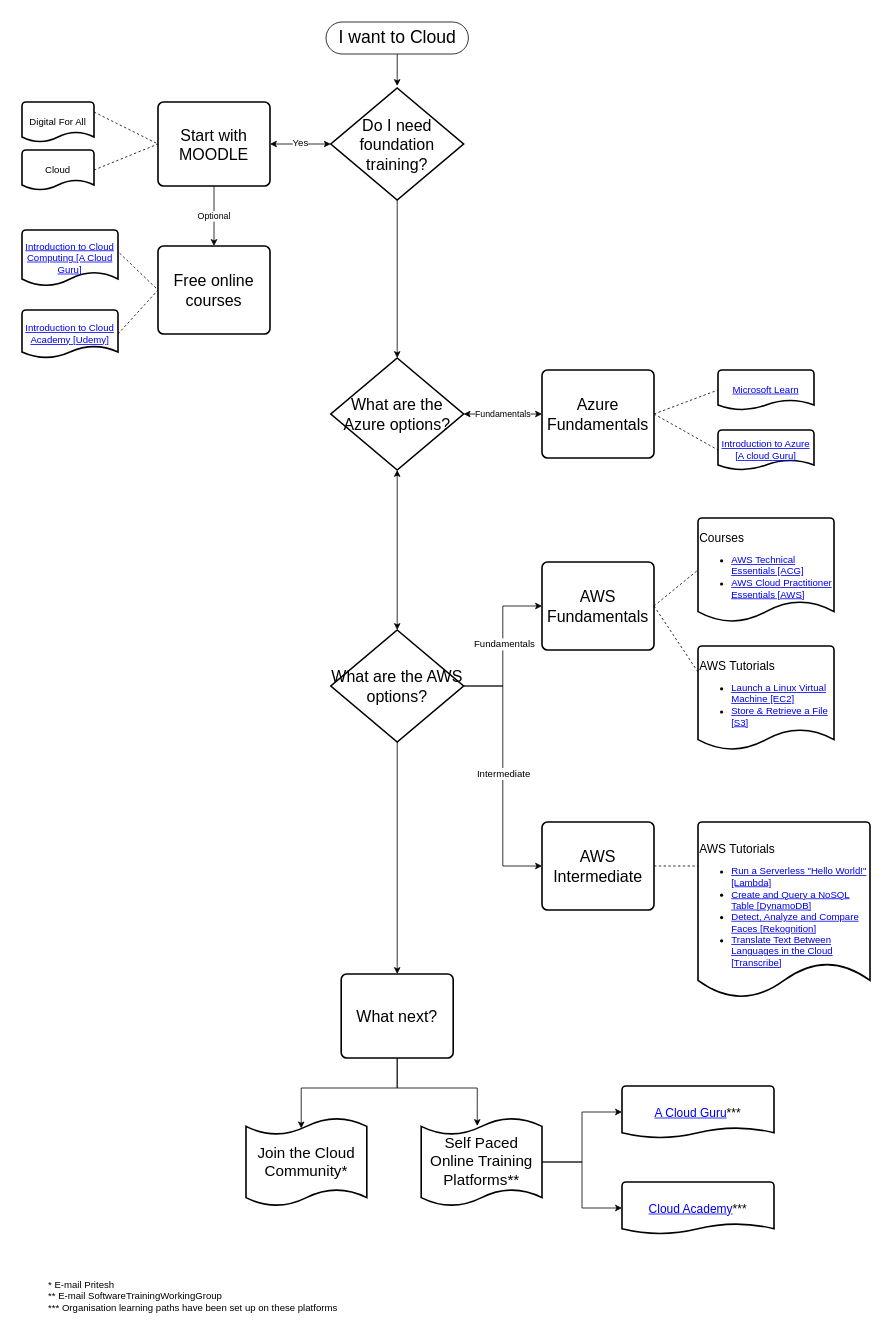
Pritesh1980/CloudTrainingPaths keeps this draw.io diagram as CloudTrainingFlowChart.drawio. Above is the earlier version. Source tidied: cells renumbered, new cells numbered last; positions are measured from the earlier drawing's top-left corner, leaving out a move shared by most shapes. Both pictures are drawn from the tidied source at 80%, with x=0, y=0 at pixel (22, 22).
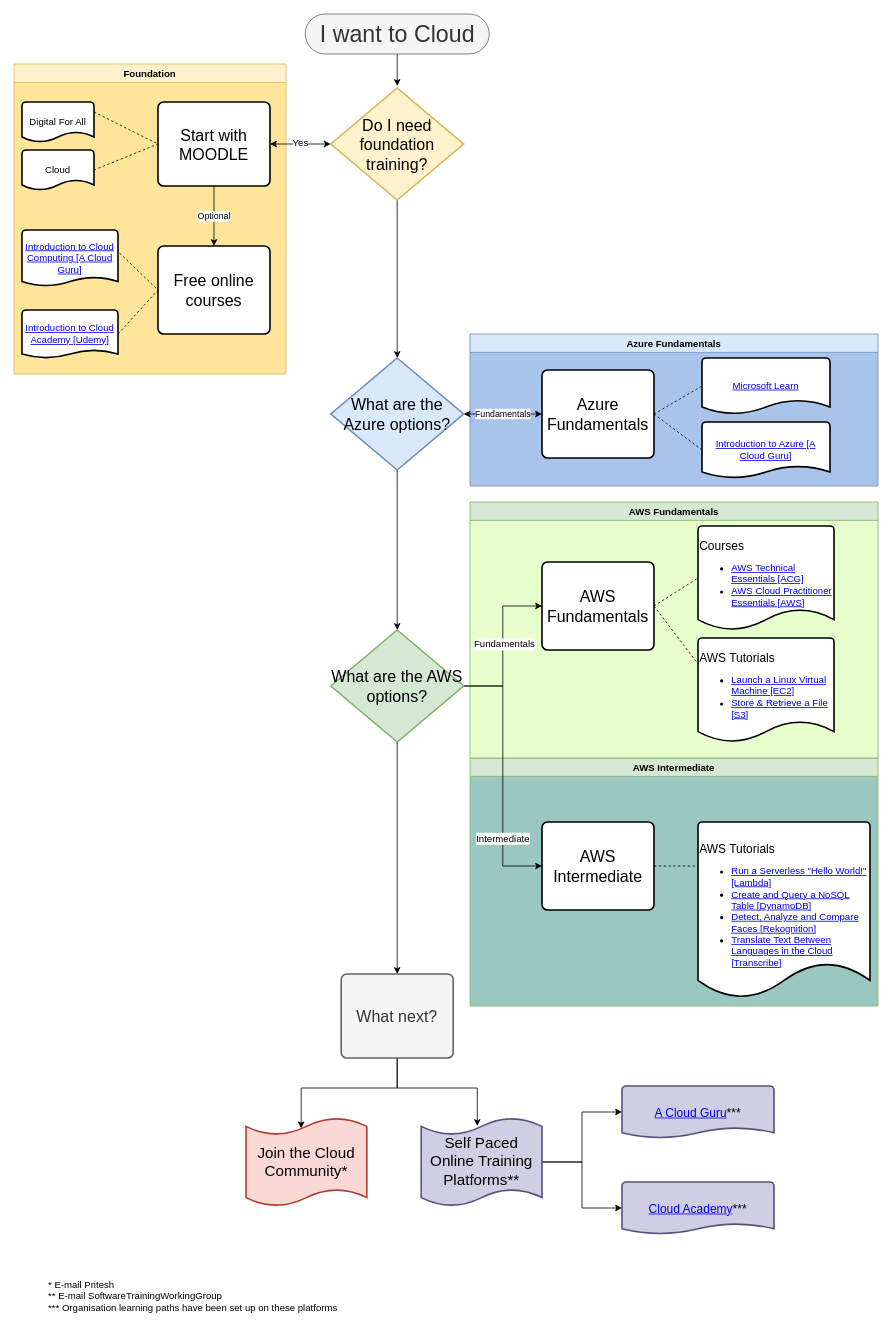
After the change.

Unchanged cells that the change refers to:
```xml
<mxCell id="25" style="edgeStyle=orthogonalEdgeStyle;rounded=0;jettySize=auto;html=1;entryX=0;entryY=0.5;entryDx=0;entryDy=0;startArrow=none;startFill=0;endArrow=classic;endFill=1;" parent="1" edge="1" source="27" target="38">
  <mxGeometry relative="1" as="geometry" />
</mxCell>
```

Diff of the diagram source:
```diff
@@
+    <mxCell id="51" value="Azure Fundamentals" style="swimlane;fillColor=#dae8fc;strokeColor=#6c8ebf;swimlaneFillColor=#A9C4EB;" parent="1" vertex="1">
+      <mxGeometry x="560" y="390" width="510" height="190" as="geometry" />
+    </mxCell>
+    <mxCell id="29" value="&lt;a href=&quot;https://docs.microsoft.com/en-us/learn/azure/&quot;&gt;Microsoft Learn&lt;/a&gt;" style="strokeWidth=2;html=1;shape=mxgraph.flowchart.document2;whiteSpace=wrap;size=0.25;" parent="51" vertex="1">
+      <mxGeometry x="290" y="30" width="160" height="70" as="geometry" />
+    </mxCell>
+    <mxCell id="52" value="AWS Intermediate" style="swimlane;fillColor=#d5e8d4;strokeColor=#82b366;swimlaneFillColor=#9AC7BF;" parent="1" vertex="1">
+      <mxGeometry x="560" y="920" width="510" height="310" as="geometry" />
+    </mxCell>
+    <mxCell id="53" value="AWS Fundamentals" style="swimlane;fillColor=#d5e8d4;strokeColor=#82b366;swimlaneFillColor=#E6FFCC;" parent="1" vertex="1">
+      <mxGeometry x="560" y="600" width="510" height="320" as="geometry" />
+    </mxCell>
+    <mxCell id="34" value="&lt;div style=&quot;font-size: 15px&quot;&gt;&lt;span&gt;Courses&lt;/span&gt;&lt;/div&gt;&lt;div&gt;&lt;ul&gt;&lt;li&gt;&lt;span&gt;&lt;a href=&quot;https://acloud.guru/learn/aws-technical-essentials&quot;&gt;AWS Technical Essentials [ACG]&lt;/a&gt;&lt;/span&gt;&lt;/li&gt;&lt;li&gt;&lt;span&gt;&lt;a href=&quot;https://aws.amazon.com/training/course-descriptions/cloud-practitioner-essentials/&quot;&gt;AWS Cloud Practitioner Essentials [AWS]&lt;/a&gt;&lt;/span&gt;&lt;/li&gt;&lt;/ul&gt;&lt;/div&gt;" style="strokeWidth=2;html=1;shape=mxgraph.flowchart.document2;whiteSpace=wrap;size=0.2;align=left;" parent="53" vertex="1">
+      <mxGeometry x="285" y="30" width="170" height="130" as="geometry" />
+    </mxCell>
+    <mxCell id="35" value="&lt;div style=&quot;font-size: 15px&quot;&gt;&lt;span&gt;AWS Tutorials&lt;/span&gt;&lt;/div&gt;&lt;div&gt;&lt;ul&gt;&lt;li&gt;&lt;a href=&quot;https://aws.amazon.com/getting-started/launch-a-virtual-machine-B-0/&quot;&gt;Launch a Linux Virtual Machine [EC2]&lt;/a&gt;&lt;/li&gt;&lt;li&gt;&lt;a href=&quot;https://aws.amazon.com/getting-started/hands-on/backup-files-to-amazon-s3/&quot;&gt;Store &amp;amp; Retrieve a File [S3]&lt;/a&gt;&lt;/li&gt;&lt;/ul&gt;&lt;/div&gt;" style="strokeWidth=2;html=1;shape=mxgraph.flowchart.document2;whiteSpace=wrap;size=0.2;align=left;" parent="53" vertex="1">
+      <mxGeometry x="285" y="170" width="170" height="130" as="geometry" />
+    </mxCell>
+    <mxCell id="54" value="Foundation" style="swimlane;fillColor=#fff2cc;strokeColor=#d6b656;swimlaneFillColor=#FFE599;" parent="1" vertex="1">
+      <mxGeometry x="-10" y="52.5" width="340" height="387.5" as="geometry" />
+    </mxCell>
@@
-    <mxCell id="3" value="&lt;font style=&quot;font-size: 22px&quot;&gt;I want to Cloud&lt;/font&gt;" style="html=1;dashed=0;whitespace=wrap;shape=mxgraph.dfd.start;" parent="1" vertex="1">
-      <mxGeometry x="380" width="178" height="40" as="geometry" />
+    <mxCell id="3" value="&lt;font style=&quot;font-size: 29px&quot;&gt;I want to Cloud&lt;/font&gt;" style="html=1;dashed=0;whitespace=wrap;shape=mxgraph.dfd.start;fillColor=#f5f5f5;strokeColor=#666666;fontColor=#333333;" parent="1" vertex="1">
+      <mxGeometry x="354" y="-10" width="230" height="50" as="geometry" />
     </mxCell>
@@
-    <mxCell id="7" value="&lt;font style=&quot;font-size: 20px&quot;&gt;Do I need foundation training?&lt;/font&gt;" style="strokeWidth=2;html=1;shape=mxgraph.flowchart.decision;whiteSpace=wrap;" parent="1" vertex="1">
+    <mxCell id="7" value="&lt;font style=&quot;font-size: 20px&quot;&gt;Do I need foundation training?&lt;/font&gt;" style="strokeWidth=2;html=1;shape=mxgraph.flowchart.decision;whiteSpace=wrap;fillColor=#fff2cc;strokeColor=#d6b656;" parent="1" vertex="1">
       <mxGeometry x="386" y="82.5" width="166" height="140" as="geometry" />
     </mxCell>
@@
-    <mxCell id="15" value="&lt;a href=&quot;https://acloud.guru/learn/intro-cloud-computing&quot;&gt;Introduction to Cloud Computing [A Cloud Guru]&lt;/a&gt;" style="strokeWidth=2;html=1;shape=mxgraph.flowchart.document2;whiteSpace=wrap;size=0.25;" parent="1" vertex="1">
+    <mxCell id="15" value="&lt;a href=&quot;https://acloud.guru/learn/intro-cloud-computing&quot;&gt;Introduction to Cloud Computing [A Cloud Guru]&lt;/a&gt;" style="strokeWidth=2;html=1;shape=mxgraph.flowchart.document2;whiteSpace=wrap;size=0.15714285714285714;" parent="1" vertex="1">
       <mxGeometry y="260" width="120" height="70" as="geometry" />
     </mxCell>
-    <mxCell id="16" value="&lt;a href=&quot;https://www.udemy.com/course/introduction-to-cloud-computing/&quot;&gt;Introduction to Cloud Academy [Udemy]&lt;/a&gt;" style="strokeWidth=2;html=1;shape=mxgraph.flowchart.document2;whiteSpace=wrap;size=0.25;" parent="1" vertex="1">
+    <mxCell id="16" value="&lt;a href=&quot;https://www.udemy.com/course/introduction-to-cloud-computing/&quot;&gt;Introduction to Cloud Academy [Udemy]&lt;/a&gt;" style="strokeWidth=2;html=1;shape=mxgraph.flowchart.document2;whiteSpace=wrap;size=0.16666666666666666;" parent="1" vertex="1">
       <mxGeometry y="360" width="120" height="60" as="geometry" />
     </mxCell>
@@
-    <mxCell id="20" style="edgeStyle=orthogonalEdgeStyle;rounded=0;jettySize=auto;html=1;startArrow=classic;startFill=1;endArrow=classic;endFill=1;" parent="1" edge="1" source="21" target="27">
+    <mxCell id="20" style="edgeStyle=orthogonalEdgeStyle;rounded=0;jettySize=auto;html=1;startArrow=none;startFill=0;endArrow=classic;endFill=1;" parent="1" edge="1" source="21" target="27">
       <mxGeometry relative="1" as="geometry" />
     </mxCell>
-    <mxCell id="21" value="&lt;font style=&quot;font-size: 20px&quot;&gt;What are the Azure options?&lt;/font&gt;" style="strokeWidth=2;html=1;shape=mxgraph.flowchart.decision;whiteSpace=wrap;" parent="1" vertex="1">
+    <mxCell id="21" value="&lt;font style=&quot;font-size: 20px&quot;&gt;What are the Azure options?&lt;/font&gt;" style="strokeWidth=2;html=1;shape=mxgraph.flowchart.decision;whiteSpace=wrap;fillColor=#dae8fc;strokeColor=#6c8ebf;" parent="1" vertex="1">
       <mxGeometry x="386" y="420" width="166" height="140" as="geometry" />
     </mxCell>
@@
     <mxCell id="26" value="Intermediate" style="text;html=1;align=center;verticalAlign=middle;labelBackgroundColor=#ffffff;" parent="25" vertex="1">
-      <mxGeometry x="-0.02" relative="1" as="geometry" />
+      <mxGeometry x="0.48" y="-1" relative="1" as="geometry" />
     </mxCell>
-    <mxCell id="27" value="&lt;font style=&quot;font-size: 20px&quot;&gt;What are the AWS options?&lt;/font&gt;" style="strokeWidth=2;html=1;shape=mxgraph.flowchart.decision;whiteSpace=wrap;" parent="1" vertex="1">
+    <mxCell id="27" value="&lt;font style=&quot;font-size: 20px&quot;&gt;What are the AWS options?&lt;/font&gt;" style="strokeWidth=2;html=1;shape=mxgraph.flowchart.decision;whiteSpace=wrap;fillColor=#d5e8d4;strokeColor=#82b366;" parent="1" vertex="1">
       <mxGeometry x="386" y="760" width="166" height="140" as="geometry" />
     </mxCell>
@@
-    <mxCell id="29" value="&lt;a href=&quot;https://docs.microsoft.com/en-us/learn/azure/&quot;&gt;Microsoft Learn&lt;/a&gt;" style="strokeWidth=2;html=1;shape=mxgraph.flowchart.document2;whiteSpace=wrap;size=0.25;" parent="1" vertex="1">
-      <mxGeometry x="870" y="435" width="120" height="50" as="geometry" />
-    </mxCell>
-    <mxCell id="30" value="&lt;a href=&quot;https://acloud.guru/learn/intro-to-azure&quot;&gt;Introduction to Azure [A cloud Guru]&lt;/a&gt;" style="strokeWidth=2;html=1;shape=mxgraph.flowchart.document2;whiteSpace=wrap;size=0.25;" parent="1" vertex="1">
-      <mxGeometry x="870" y="510" width="120" height="50" as="geometry" />
+    <mxCell id="30" value="&lt;a href=&quot;https://acloud.guru/learn/intro-to-azure&quot;&gt;Introduction to Azure [A Cloud Guru]&lt;/a&gt;" style="strokeWidth=2;html=1;shape=mxgraph.flowchart.document2;whiteSpace=wrap;size=0.21428571428571427;" parent="1" vertex="1">
+      <mxGeometry x="850" y="500" width="160" height="70" as="geometry" />
     </mxCell>
@@
-    <mxCell id="34" value="&lt;div style=&quot;font-size: 15px&quot;&gt;&lt;span&gt;Courses&lt;/span&gt;&lt;/div&gt;&lt;div&gt;&lt;ul&gt;&lt;li&gt;&lt;span&gt;&lt;a href=&quot;https://acloud.guru/learn/aws-technical-essentials&quot;&gt;AWS Technical Essentials [ACG]&lt;/a&gt;&lt;/span&gt;&lt;/li&gt;&lt;li&gt;&lt;span&gt;&lt;a href=&quot;https://aws.amazon.com/training/course-descriptions/cloud-practitioner-essentials/&quot;&gt;AWS Cloud Practitioner Essentials [AWS]&lt;/a&gt;&lt;/span&gt;&lt;/li&gt;&lt;/ul&gt;&lt;/div&gt;" style="strokeWidth=2;html=1;shape=mxgraph.flowchart.document2;whiteSpace=wrap;size=0.2;align=left;" parent="1" vertex="1">
-      <mxGeometry x="845" y="620" width="170" height="130" as="geometry" />
-    </mxCell>
-    <mxCell id="35" value="&lt;div style=&quot;font-size: 15px&quot;&gt;&lt;span&gt;AWS Tutorials&lt;/span&gt;&lt;/div&gt;&lt;div&gt;&lt;ul&gt;&lt;li&gt;&lt;a href=&quot;https://aws.amazon.com/getting-started/launch-a-virtual-machine-B-0/&quot;&gt;Launch a Linux Virtual Machine [EC2]&lt;/a&gt;&lt;/li&gt;&lt;li&gt;&lt;a href=&quot;https://aws.amazon.com/getting-started/hands-on/backup-files-to-amazon-s3/&quot;&gt;Store &amp;amp; Retrieve a File [S3]&lt;/a&gt;&lt;/li&gt;&lt;/ul&gt;&lt;/div&gt;" style="strokeWidth=2;html=1;shape=mxgraph.flowchart.document2;whiteSpace=wrap;size=0.2;align=left;" parent="1" vertex="1">
-      <mxGeometry x="845" y="780" width="170" height="130" as="geometry" />
-    </mxCell>
@@
-    <mxCell id="43" value="&lt;font style=&quot;font-size: 20px&quot;&gt;What next?&lt;/font&gt;" style="rounded=1;whiteSpace=wrap;html=1;absoluteArcSize=1;arcSize=14;strokeWidth=2;" parent="1" vertex="1">
+    <mxCell id="43" value="&lt;font style=&quot;font-size: 20px&quot;&gt;What next?&lt;/font&gt;" style="rounded=1;whiteSpace=wrap;html=1;absoluteArcSize=1;arcSize=14;strokeWidth=2;fillColor=#f5f5f5;strokeColor=#666666;fontColor=#333333;" parent="1" vertex="1">
       <mxGeometry x="399" y="1190" width="140" height="105" as="geometry" />
     </mxCell>
-    <mxCell id="44" value="&lt;font style=&quot;font-size: 19px&quot;&gt;Join the Cloud Community*&lt;/font&gt;" style="shape=tape;whiteSpace=wrap;html=1;strokeWidth=2;size=0.19;" parent="1" vertex="1">
+    <mxCell id="44" value="&lt;font style=&quot;font-size: 19px&quot;&gt;Join the Cloud Community*&lt;/font&gt;" style="shape=tape;whiteSpace=wrap;html=1;strokeWidth=2;size=0.19;fillColor=#fad9d5;strokeColor=#ae4132;" parent="1" vertex="1">
       <mxGeometry x="280" y="1370" width="151" height="110" as="geometry" />
     </mxCell>
@@
-    <mxCell id="47" value="&lt;font style=&quot;font-size: 19px&quot;&gt;Self Paced Online Training Platforms**&lt;/font&gt;" style="shape=tape;whiteSpace=wrap;html=1;strokeWidth=2;size=0.19;" parent="1" vertex="1">
+    <mxCell id="47" value="&lt;font style=&quot;font-size: 19px&quot;&gt;Self Paced Online Training Platforms**&lt;/font&gt;" style="shape=tape;whiteSpace=wrap;html=1;strokeWidth=2;size=0.19;fillColor=#d0cee2;strokeColor=#56517e;" parent="1" vertex="1">
       <mxGeometry x="499" y="1370" width="151" height="110" as="geometry" />
     </mxCell>
-    <mxCell id="48" value="&lt;div style=&quot;font-size: 15px&quot;&gt;&lt;a href=&quot;https://acloud.guru/&quot;&gt;A Cloud Guru&lt;/a&gt;***&lt;/div&gt;" style="strokeWidth=2;html=1;shape=mxgraph.flowchart.document2;whiteSpace=wrap;size=0.2;align=center;" parent="1" vertex="1">
+    <mxCell id="48" value="&lt;div style=&quot;font-size: 15px&quot;&gt;&lt;a href=&quot;https://acloud.guru/&quot;&gt;A Cloud Guru&lt;/a&gt;***&lt;/div&gt;" style="strokeWidth=2;html=1;shape=mxgraph.flowchart.document2;whiteSpace=wrap;size=0.2;align=center;fillColor=#d0cee2;strokeColor=#56517e;" parent="1" vertex="1">
       <mxGeometry x="750" y="1330" width="190" height="65" as="geometry" />
     </mxCell>
-    <mxCell id="49" value="&lt;div style=&quot;font-size: 15px&quot;&gt;&lt;a href=&quot;https://app.qa.com&quot;&gt;Cloud Academy&lt;/a&gt;***&lt;/div&gt;" style="strokeWidth=2;html=1;shape=mxgraph.flowchart.document2;whiteSpace=wrap;size=0.2;align=center;" parent="1" vertex="1">
+    <mxCell id="49" value="&lt;div style=&quot;font-size: 15px&quot;&gt;&lt;a href=&quot;https://app.qa.com&quot;&gt;Cloud Academy&lt;/a&gt;***&lt;/div&gt;" style="strokeWidth=2;html=1;shape=mxgraph.flowchart.document2;whiteSpace=wrap;size=0.2;align=center;fillColor=#d0cee2;strokeColor=#56517e;" parent="1" vertex="1">
       <mxGeometry x="750" y="1450" width="190" height="65" as="geometry" />
     </mxCell>
```
